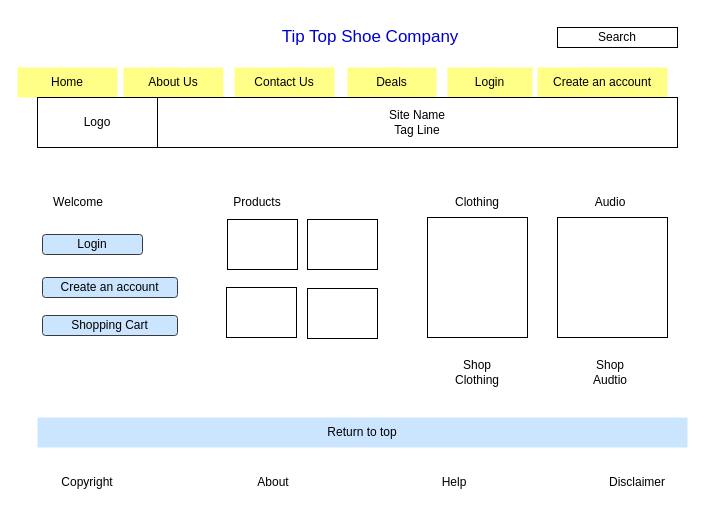
ElingO/test keeps this draw.io diagram as Wireframe01.drawio. Above is the earlier version. Source tidied: cells renumbered, new cells numbered last; positions are measured from the earlier drawing's top-left corner, leaving out a move shared by most shapes. Both pictures are drawn from the tidied source at 100%, with x=0, y=0 at pixel (17, 27).
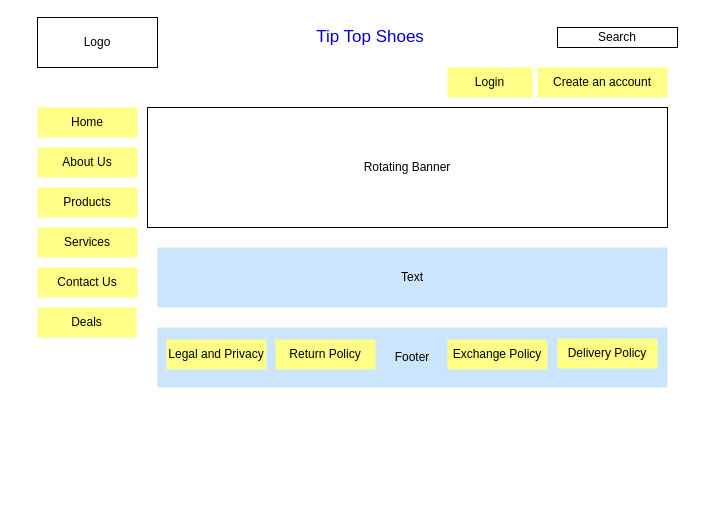
The same diagram, later.

Commit message:
Tip Toe Desktop Home Wireframe01.drawio

Diff of the diagram source:
```diff
@@
     <mxCell id="3" value="Home" style="rounded=0;whiteSpace=wrap;html=1;strokeColor=none;fillColor=#ffff88;" parent="1" vertex="1">
-      <mxGeometry y="40" width="100" height="30" as="geometry" />
+      <mxGeometry x="20" y="80" width="100" height="30" as="geometry" />
     </mxCell>
     <mxCell id="4" value="About Us" style="rounded=0;whiteSpace=wrap;html=1;strokeColor=none;fillColor=#ffff88;" parent="1" vertex="1">
-      <mxGeometry x="106" y="40" width="100" height="30" as="geometry" />
+      <mxGeometry x="20" y="120" width="100" height="30" as="geometry" />
     </mxCell>
     <mxCell id="5" value="Contact Us" style="rounded=0;whiteSpace=wrap;html=1;strokeColor=none;fillColor=#ffff88;" parent="1" vertex="1">
-      <mxGeometry x="217" y="40" width="100" height="30" as="geometry" />
+      <mxGeometry x="20" y="240" width="100" height="30" as="geometry" />
     </mxCell>
     <mxCell id="6" value="Deals" style="rounded=0;whiteSpace=wrap;html=1;strokeColor=none;fillColor=#ffff88;" parent="1" vertex="1">
-      <mxGeometry x="330" y="40" width="89" height="30" as="geometry" />
+      <mxGeometry x="20" y="280" width="99" height="30" as="geometry" />
     </mxCell>
@@
-    <mxCell id="9" value="Site Name&lt;br&gt;Tag Line" style="rounded=0;whiteSpace=wrap;html=1;" parent="1" vertex="1">
-      <mxGeometry x="140" y="70" width="520" height="50" as="geometry" />
+    <mxCell id="9" value="Rotating Banner" style="rounded=0;whiteSpace=wrap;html=1;" parent="1" vertex="1">
+      <mxGeometry x="130" y="80" width="520" height="120" as="geometry" />
     </mxCell>
     <mxCell id="10" value="Logo" style="rounded=0;whiteSpace=wrap;html=1;" parent="1" vertex="1">
-      <mxGeometry x="20" y="70" width="120" height="50" as="geometry" />
+      <mxGeometry x="20" y="-10" width="120" height="50" as="geometry" />
     </mxCell>
-    <mxCell id="11" value="Welcome" style="rounded=0;whiteSpace=wrap;html=1;strokeColor=none;" parent="1" vertex="1">
-      <mxGeometry x="11" y="160" width="100" height="30" as="geometry" />
-    </mxCell>
+    <mxCell id="25" value="Footer" style="rounded=0;whiteSpace=wrap;html=1;strokeColor=none;fillColor=#cce5ff;" parent="1" vertex="1">
+      <mxGeometry x="140" y="300" width="510" height="60" as="geometry" />
+    </mxCell>
+    <mxCell id="31" value="Tip Top Shoes" style="rounded=0;whiteSpace=wrap;html=1;strokeColor=none;fontColor=#0000CC;fontSize=17;" parent="1" vertex="1">
+      <mxGeometry x="248.5" width="207.5" height="20" as="geometry" />
+    </mxCell>
-    <mxCell id="12" value="Products" style="rounded=0;whiteSpace=wrap;html=1;strokeColor=none;" parent="1" vertex="1">
-      <mxGeometry x="190" y="160" width="100" height="30" as="geometry" />
+    <mxCell id="12" value="Products" style="rounded=0;whiteSpace=wrap;html=1;strokeColor=none;fillColor=#ffff88;" parent="1" vertex="1">
+      <mxGeometry x="20" y="160" width="100" height="30" as="geometry" />
     </mxCell>
-    <mxCell id="13" value="Clothing" style="rounded=0;whiteSpace=wrap;html=1;strokeColor=none;" parent="1" vertex="1">
-      <mxGeometry x="410" y="160" width="100" height="30" as="geometry" />
-    </mxCell>
-    <mxCell id="14" value="Audio" style="rounded=0;whiteSpace=wrap;html=1;strokeColor=none;" parent="1" vertex="1">
-      <mxGeometry x="543" y="160" width="100" height="30" as="geometry" />
-    </mxCell>
-    <mxCell id="15" value="Login" style="rounded=1;whiteSpace=wrap;html=1;fillColor=#cce5ff;strokeColor=#36393d;" parent="1" vertex="1">
-      <mxGeometry x="25" y="207" width="100" height="20" as="geometry" />
-    </mxCell>
-    <mxCell id="16" value="Create an account" style="rounded=1;whiteSpace=wrap;html=1;fillColor=#cce5ff;strokeColor=#36393d;" parent="1" vertex="1">
-      <mxGeometry x="25" y="250" width="135" height="20" as="geometry" />
-    </mxCell>
-    <mxCell id="17" style="rounded=0;whiteSpace=wrap;html=1;" parent="1" vertex="1">
-      <mxGeometry x="210" y="192" width="70" height="50" as="geometry" />
-    </mxCell>
-    <mxCell id="18" style="rounded=0;whiteSpace=wrap;html=1;" parent="1" vertex="1">
-      <mxGeometry x="290" y="192" width="70" height="50" as="geometry" />
-    </mxCell>
-    <mxCell id="19" style="rounded=0;whiteSpace=wrap;html=1;" parent="1" vertex="1">
-      <mxGeometry x="209" y="260" width="70" height="50" as="geometry" />
-    </mxCell>
-    <mxCell id="20" style="rounded=0;whiteSpace=wrap;html=1;" parent="1" vertex="1">
-      <mxGeometry x="290" y="261" width="70" height="50" as="geometry" />
-    </mxCell>
-    <mxCell id="21" style="rounded=0;whiteSpace=wrap;html=1;" parent="1" vertex="1">
-      <mxGeometry x="410" y="190" width="100" height="120" as="geometry" />
-    </mxCell>
-    <mxCell id="22" style="rounded=0;whiteSpace=wrap;html=1;" parent="1" vertex="1">
-      <mxGeometry x="540" y="190" width="110" height="120" as="geometry" />
-    </mxCell>
-    <mxCell id="23" value="Shop&lt;br&gt;Clothing" style="rounded=0;whiteSpace=wrap;html=1;strokeColor=none;" parent="1" vertex="1">
-      <mxGeometry x="410" y="330" width="100" height="30" as="geometry" />
-    </mxCell>
-    <mxCell id="24" value="Shop&lt;br&gt;Audtio" style="rounded=0;whiteSpace=wrap;html=1;strokeColor=none;" parent="1" vertex="1">
-      <mxGeometry x="543" y="330" width="100" height="30" as="geometry" />
-    </mxCell>
-    <mxCell id="25" value="Return to top" style="rounded=0;whiteSpace=wrap;html=1;strokeColor=none;fillColor=#cce5ff;" parent="1" vertex="1">
-      <mxGeometry x="20" y="390" width="650" height="30" as="geometry" />
-    </mxCell>
-    <mxCell id="26" value="Shopping Cart" style="rounded=1;whiteSpace=wrap;html=1;fillColor=#cce5ff;strokeColor=#36393d;" parent="1" vertex="1">
-      <mxGeometry x="25" y="288" width="135" height="20" as="geometry" />
-    </mxCell>
-    <mxCell id="27" value="Copyright" style="rounded=0;whiteSpace=wrap;html=1;strokeColor=none;" parent="1" vertex="1">
-      <mxGeometry x="20" y="440" width="100" height="30" as="geometry" />
-    </mxCell>
-    <mxCell id="28" value="About" style="rounded=0;whiteSpace=wrap;html=1;strokeColor=none;" parent="1" vertex="1">
-      <mxGeometry x="206" y="440" width="100" height="30" as="geometry" />
-    </mxCell>
-    <mxCell id="29" value="Help" style="rounded=0;whiteSpace=wrap;html=1;strokeColor=none;" parent="1" vertex="1">
-      <mxGeometry x="387" y="440" width="100" height="30" as="geometry" />
-    </mxCell>
-    <mxCell id="30" value="Disclaimer" style="rounded=0;whiteSpace=wrap;html=1;strokeColor=none;" parent="1" vertex="1">
-      <mxGeometry x="570" y="440" width="100" height="30" as="geometry" />
-    </mxCell>
-    <mxCell id="31" value="Tip Top Shoe Company" style="rounded=0;whiteSpace=wrap;html=1;strokeColor=none;fontColor=#0000CC;fontSize=17;" parent="1" vertex="1">
-      <mxGeometry x="248.5" width="207.5" height="20" as="geometry" />
-    </mxCell>
+    <mxCell id="32" value="Services" style="rounded=0;whiteSpace=wrap;html=1;strokeColor=none;fillColor=#ffff88;" parent="1" vertex="1">
+      <mxGeometry x="20" y="200" width="100" height="30" as="geometry" />
+    </mxCell>
+    <mxCell id="33" value="Legal and Privacy" style="rounded=0;whiteSpace=wrap;html=1;strokeColor=none;fillColor=#ffff88;" parent="1" vertex="1">
+      <mxGeometry x="149" y="312" width="100" height="30" as="geometry" />
+    </mxCell>
+    <mxCell id="34" value="Return Policy" style="rounded=0;whiteSpace=wrap;html=1;strokeColor=none;fillColor=#ffff88;" parent="1" vertex="1">
+      <mxGeometry x="258" y="312" width="100" height="30" as="geometry" />
+    </mxCell>
+    <mxCell id="35" value="Exchange Policy" style="rounded=0;whiteSpace=wrap;html=1;strokeColor=none;fillColor=#ffff88;" parent="1" vertex="1">
+      <mxGeometry x="430" y="312" width="100" height="30" as="geometry" />
+    </mxCell>
+    <mxCell id="36" value="Delivery Policy" style="rounded=0;whiteSpace=wrap;html=1;strokeColor=none;fillColor=#ffff88;" parent="1" vertex="1">
+      <mxGeometry x="540" y="311" width="100" height="30" as="geometry" />
+    </mxCell>
+    <mxCell id="37" value="Text" style="rounded=0;whiteSpace=wrap;html=1;strokeColor=none;fillColor=#cce5ff;" parent="1" vertex="1">
+      <mxGeometry x="140" y="220" width="510" height="60" as="geometry" />
+    </mxCell>
```
